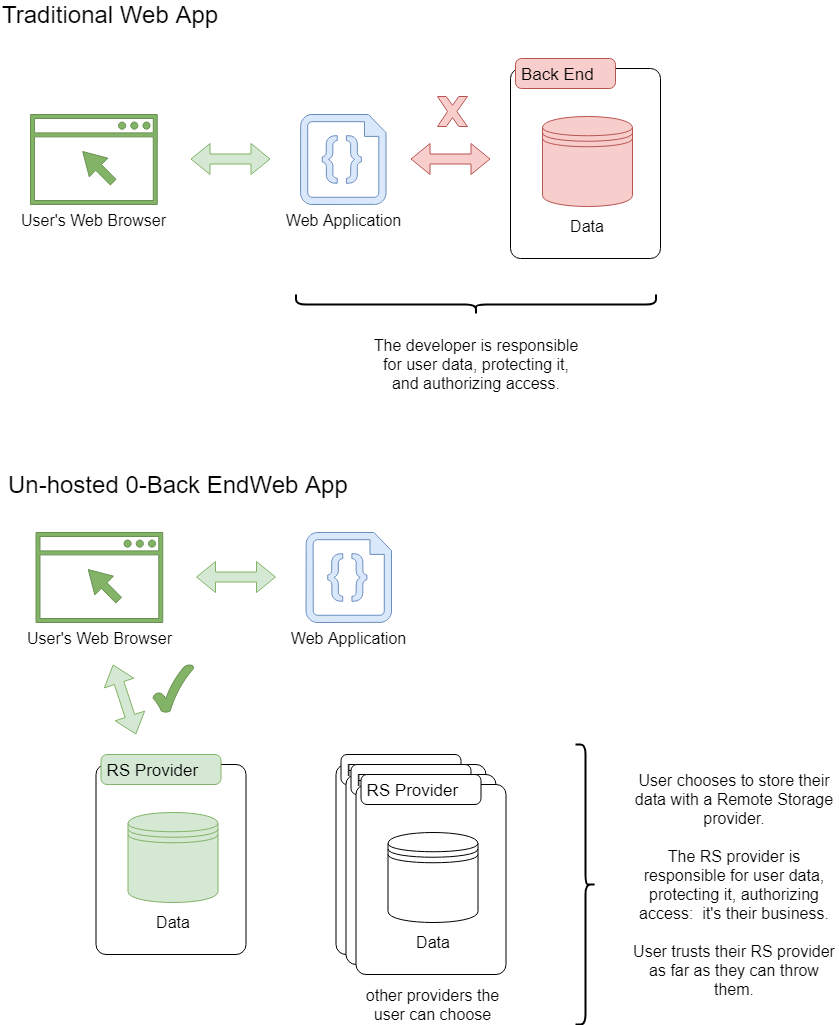
Earlier version of the draw.io export assets/intro.png (overhide/remotestorage-tutorial). Source tidied: cells renumbered, new cells last; positions are measured from the earlier drawing's top-left corner, leaving out a move shared by most shapes.
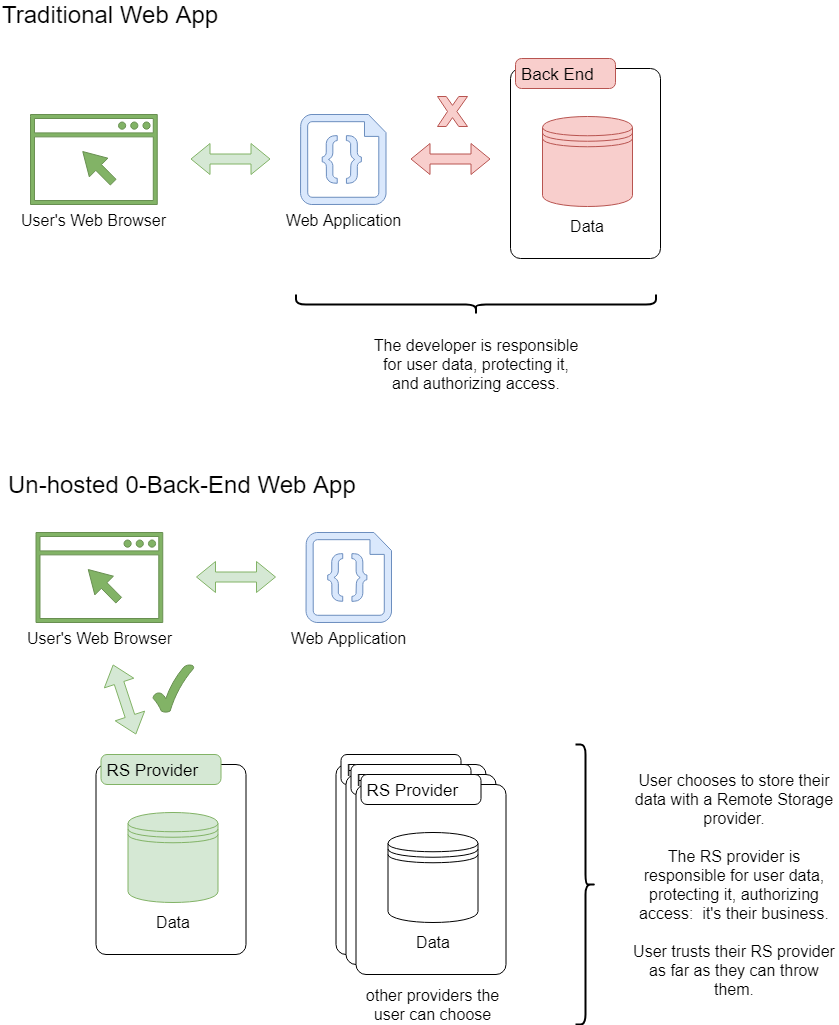
Above is the later version.

Change to the diagram source:
```diff
@@ -56,7 +56,7 @@
     <mxCell id="15" value="Traditional Web App" style="text;html=1;strokeColor=none;fillColor=none;align=left;verticalAlign=middle;whiteSpace=wrap;rounded=0;fontSize=24;" parent="1" vertex="1">
       <mxGeometry width="250" height="20" as="geometry" />
     </mxCell>
-    <mxCell id="16" value="Un-hosted 0-Back EndWeb App" style="text;html=1;strokeColor=none;fillColor=none;align=left;verticalAlign=middle;whiteSpace=wrap;rounded=0;fontSize=24;" parent="1" vertex="1">
+    <mxCell id="16" value="Un-hosted 0-Back-End Web App" style="text;html=1;strokeColor=none;fillColor=none;align=left;verticalAlign=middle;whiteSpace=wrap;rounded=0;fontSize=24;" parent="1" vertex="1">
       <mxGeometry x="5.5" y="470" width="380" height="20" as="geometry" />
     </mxCell>
     <mxCell id="17" style="verticalLabelPosition=bottom;verticalAlign=top;html=1;shape=mxgraph.basic.tick;strokeColor=#688F51;fillColor=#82B366;fontSize=24;align=left;" parent="1" vertex="1">
```
